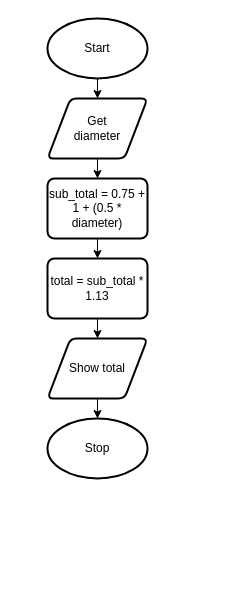
Aidan-Lalonde-Novales/ICS3U-CPP-Template keeps this draw.io diagram as drawio/topDownDesign/flowchart.drawio. Above is the earlier version. Source tidied: cells renumbered, new cells numbered last; positions are measured from the earlier drawing's top-left corner, leaving out a move shared by most shapes. Both pictures are drawn from the tidied source at 100%, with x=0, y=0 at pixel (47, 18).
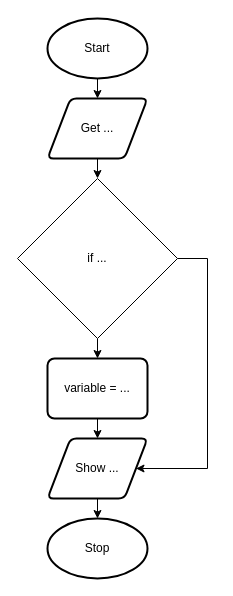
After the change.

Change to the diagram source:
```diff
@@
 <mxGraphModel>
   <root>
     <mxCell id="0" />
     <mxCell id="1" parent="0" />
     <mxCell id="2" style="edgeStyle=none;html=1;exitX=0.5;exitY=1;exitDx=0;exitDy=0;exitPerimeter=0;entryX=0.5;entryY=0;entryDx=0;entryDy=0;" parent="1" edge="1" source="3" target="5">
       <mxGeometry relative="1" as="geometry" />
     </mxCell>
     <mxCell id="3" value="Start" style="strokeWidth=2;html=1;shape=mxgraph.flowchart.start_1;whiteSpace=wrap;" parent="1" vertex="1">
       <mxGeometry width="100" height="60" as="geometry" />
     </mxCell>
-    <mxCell id="4" style="edgeStyle=none;html=1;exitX=0.5;exitY=1;exitDx=0;exitDy=0;entryX=0.5;entryY=0;entryDx=0;entryDy=0;" parent="1" edge="1" source="5" target="7">
-      <mxGeometry relative="1" as="geometry" />
-    </mxCell>
+    <mxCell id="13" style="edgeStyle=none;html=1;exitX=0.5;exitY=1;exitDx=0;exitDy=0;entryX=0.5;entryY=0;entryDx=0;entryDy=0;" parent="1" edge="1" source="5" target="17">
+      <mxGeometry relative="1" as="geometry" />
+    </mxCell>
-    <mxCell id="5" value="Get&lt;br&gt;diameter" style="shape=parallelogram;html=1;strokeWidth=2;perimeter=parallelogramPerimeter;whiteSpace=wrap;rounded=1;arcSize=12;size=0.23;" parent="1" vertex="1">
+    <mxCell id="5" value="Get ..." style="shape=parallelogram;html=1;strokeWidth=2;perimeter=parallelogramPerimeter;whiteSpace=wrap;rounded=1;arcSize=12;size=0.23;" parent="1" vertex="1">
       <mxGeometry y="80" width="100" height="60" as="geometry" />
     </mxCell>
-    <mxCell id="6" style="edgeStyle=none;html=1;exitX=0.5;exitY=1;exitDx=0;exitDy=0;entryX=0.5;entryY=0;entryDx=0;entryDy=0;" parent="1" edge="1" source="7" target="9">
-      <mxGeometry relative="1" as="geometry" />
-    </mxCell>
+    <mxCell id="14" style="edgeStyle=none;html=1;exitX=0.5;exitY=1;exitDx=0;exitDy=0;entryX=0.5;entryY=0;entryDx=0;entryDy=0;" parent="1" edge="1" source="7" target="11">
+      <mxGeometry relative="1" as="geometry" />
+    </mxCell>
-    <mxCell id="7" value="sub_total = 0.75 + 1 + (0.5 * diameter)" style="rounded=1;whiteSpace=wrap;html=1;absoluteArcSize=1;arcSize=14;strokeWidth=2;" parent="1" vertex="1">
-      <mxGeometry y="160" width="100" height="60" as="geometry" />
+    <mxCell id="7" value="variable = ..." style="rounded=1;whiteSpace=wrap;html=1;absoluteArcSize=1;arcSize=14;strokeWidth=2;" parent="1" vertex="1">
+      <mxGeometry y="340" width="100" height="60" as="geometry" />
     </mxCell>
-    <mxCell id="8" style="edgeStyle=none;html=1;exitX=0.5;exitY=1;exitDx=0;exitDy=0;entryX=0.5;entryY=0;entryDx=0;entryDy=0;" parent="1" edge="1" source="9" target="11">
-      <mxGeometry relative="1" as="geometry" />
-    </mxCell>
-    <mxCell id="9" value="total = sub_total * 1.13" style="rounded=1;whiteSpace=wrap;html=1;absoluteArcSize=1;arcSize=14;strokeWidth=2;" parent="1" vertex="1">
-      <mxGeometry y="240" width="100" height="60" as="geometry" />
-    </mxCell>
     <mxCell id="10" style="edgeStyle=none;html=1;exitX=0.5;exitY=1;exitDx=0;exitDy=0;entryX=0.5;entryY=0;entryDx=0;entryDy=0;entryPerimeter=0;" parent="1" edge="1" source="11" target="12">
       <mxGeometry relative="1" as="geometry" />
     </mxCell>
-    <mxCell id="11" value="Show total" style="shape=parallelogram;html=1;strokeWidth=2;perimeter=parallelogramPerimeter;whiteSpace=wrap;rounded=1;arcSize=12;size=0.23;" parent="1" vertex="1">
-      <mxGeometry y="320" width="100" height="60" as="geometry" />
+    <mxCell id="11" value="Show ..." style="shape=parallelogram;html=1;strokeWidth=2;perimeter=parallelogramPerimeter;whiteSpace=wrap;rounded=1;arcSize=12;size=0.23;" parent="1" vertex="1">
+      <mxGeometry y="420" width="100" height="60" as="geometry" />
     </mxCell>
     <mxCell id="12" value="Stop" style="strokeWidth=2;html=1;shape=mxgraph.flowchart.start_1;whiteSpace=wrap;" parent="1" vertex="1">
-      <mxGeometry y="400" width="100" height="60" as="geometry" />
+      <mxGeometry y="500" width="100" height="60" as="geometry" />
     </mxCell>
+    <mxCell id="15" style="edgeStyle=none;html=1;exitX=0.5;exitY=1;exitDx=0;exitDy=0;entryX=0.5;entryY=0;entryDx=0;entryDy=0;" parent="1" edge="1" source="17" target="7">
+      <mxGeometry relative="1" as="geometry" />
+    </mxCell>
+    <mxCell id="16" style="edgeStyle=none;html=1;exitX=1;exitY=0.5;exitDx=0;exitDy=0;entryX=1;entryY=0.5;entryDx=0;entryDy=0;rounded=0;" parent="1" edge="1" source="17" target="11">
+      <mxGeometry relative="1" as="geometry">
+        <Array as="points">
+          <mxPoint x="160" y="240" />
+          <mxPoint x="160" y="450" />
+        </Array>
+      </mxGeometry>
+    </mxCell>
+    <mxCell id="17" value="if ..." style="rhombus;whiteSpace=wrap;html=1;" parent="1" vertex="1">
+      <mxGeometry x="-30" y="160" width="160" height="160" as="geometry" />
+    </mxCell>
   </root>
 </mxGraphModel>
```
